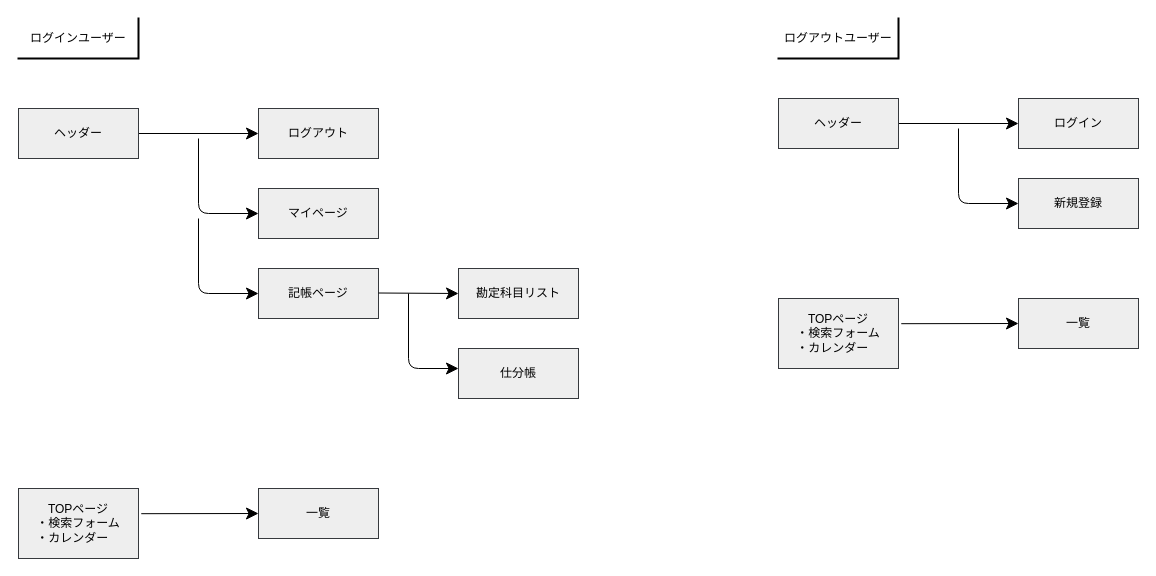
Above: page "画面遷移図" (3 of 3) of moneyforest.dio in rikakohira/moneyforest (draw.io), before the change. Source tidied: cells renumbered, new cells numbered last; positions are measured from the earlier drawing's top-left corner, leaving out a move shared by most shapes. Both pictures are drawn from the tidied source at 100%, with x=0, y=0 at pixel (18, 18).
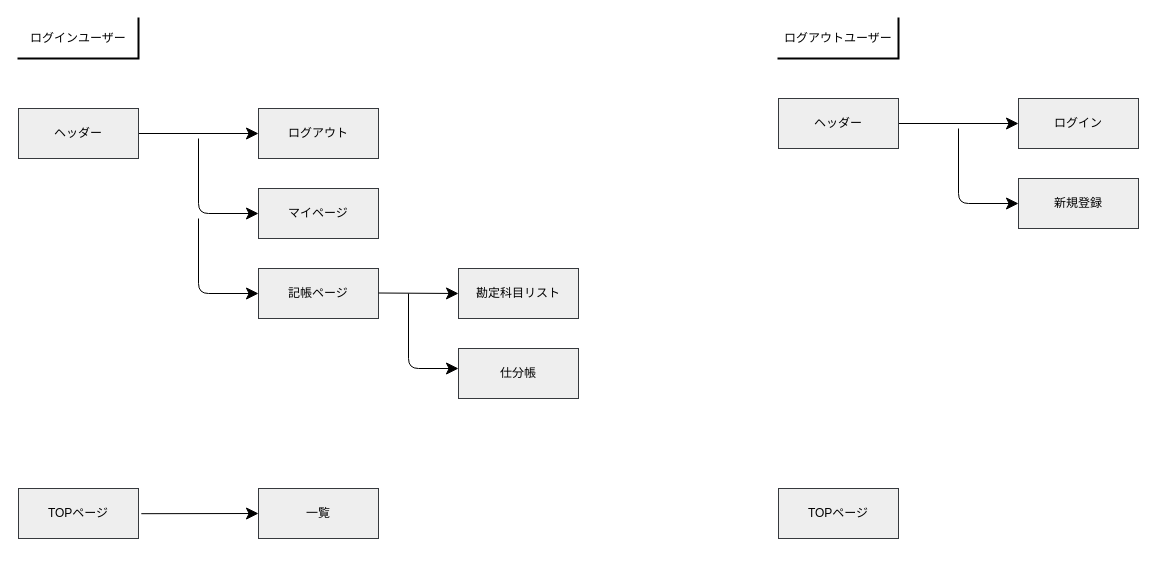
After the change.

Diff of the diagram source:
```diff
@@
-    <mxCell id="14" style="edgeStyle=none;html=1;fontColor=#000000;startArrow=none;startFill=0;endArrow=classic;endFill=1;startSize=10;endSize=10;strokeColor=#000000;exitX=1.023;exitY=0.36;exitDx=0;exitDy=0;exitPerimeter=0;" parent="1" edge="1" source="15">
-      <mxGeometry relative="1" as="geometry">
-        <mxPoint x="1000" y="305" as="targetPoint" />
-      </mxGeometry>
-    </mxCell>
-    <mxCell id="15" value="TOPページ&lt;br&gt;&lt;div style=&quot;text-align: left&quot;&gt;&lt;span&gt;・検索フォーム&lt;/span&gt;&lt;/div&gt;&lt;div style=&quot;text-align: left&quot;&gt;&lt;span&gt;・カレンダー&lt;/span&gt;&lt;/div&gt;" style="rounded=0;whiteSpace=wrap;html=1;strokeColor=#36393d;strokeWidth=1;fillColor=#eeeeee;fontColor=#000000;" parent="1" vertex="1">
-      <mxGeometry x="760" y="280" width="120" height="70" as="geometry" />
-    </mxCell>
-    <mxCell id="16" value="一覧" style="rounded=0;whiteSpace=wrap;html=1;strokeColor=#36393d;strokeWidth=1;fillColor=#eeeeee;fontColor=#000000;" parent="1" vertex="1">
-      <mxGeometry x="1000" y="280" width="120" height="50" as="geometry" />
-    </mxCell>
-    <mxCell id="17" style="edgeStyle=none;html=1;fontColor=#000000;startArrow=none;startFill=0;endArrow=classic;endFill=1;startSize=10;endSize=10;strokeColor=#000000;exitX=1.023;exitY=0.36;exitDx=0;exitDy=0;exitPerimeter=0;" parent="1" edge="1" source="18">
+    <mxCell id="17" style="edgeStyle=none;html=1;fontColor=#000000;startArrow=none;startFill=0;endArrow=classic;endFill=1;startSize=10;endSize=10;strokeColor=#000000;exitX=1.023;exitY=0.36;exitDx=0;exitDy=0;exitPerimeter=0;" parent="1" edge="1">
       <mxGeometry relative="1" as="geometry">
+        <mxPoint x="122.8" y="495.2" as="sourcePoint" />
         <mxPoint x="240" y="495" as="targetPoint" />
       </mxGeometry>
     </mxCell>
-    <mxCell id="18" value="TOPページ&lt;br&gt;&lt;div style=&quot;text-align: left&quot;&gt;&lt;span&gt;・検索フォーム&lt;/span&gt;&lt;/div&gt;&lt;div style=&quot;text-align: left&quot;&gt;&lt;span&gt;・カレンダー&lt;/span&gt;&lt;/div&gt;" style="rounded=0;whiteSpace=wrap;html=1;strokeColor=#36393d;strokeWidth=1;fillColor=#eeeeee;fontColor=#000000;" parent="1" vertex="1">
-      <mxGeometry y="470" width="120" height="70" as="geometry" />
-    </mxCell>
@@
+    <mxCell id="26" value="TOPページ" style="rounded=0;whiteSpace=wrap;html=1;strokeColor=#36393d;strokeWidth=1;fillColor=#eeeeee;fontColor=#000000;" parent="1" vertex="1">
+      <mxGeometry x="760" y="470" width="120" height="50" as="geometry" />
+    </mxCell>
+    <mxCell id="27" value="TOPページ" style="rounded=0;whiteSpace=wrap;html=1;strokeColor=#36393d;strokeWidth=1;fillColor=#eeeeee;fontColor=#000000;" parent="1" vertex="1">
+      <mxGeometry y="470" width="120" height="50" as="geometry" />
+    </mxCell>
```
